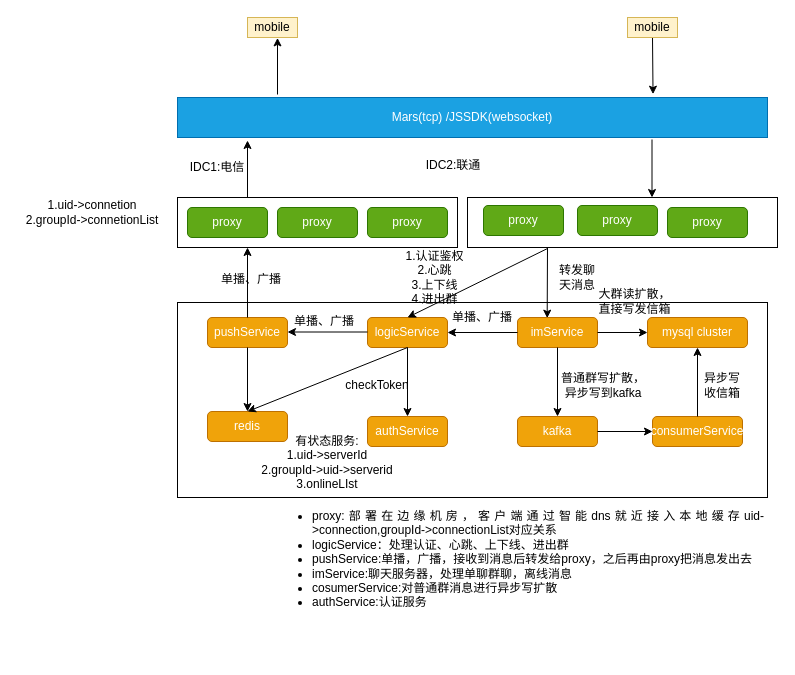
Before: arch/im/arch.drawio in zhangchuhu/drawio, a draw.io diagram. Source tidied: cells renumbered, new cells numbered last; positions are measured from the earlier drawing's top-left corner, leaving out a move shared by most shapes. Both pictures are drawn from the tidied source at 100%, with x=0, y=0 at pixel (17, 17).
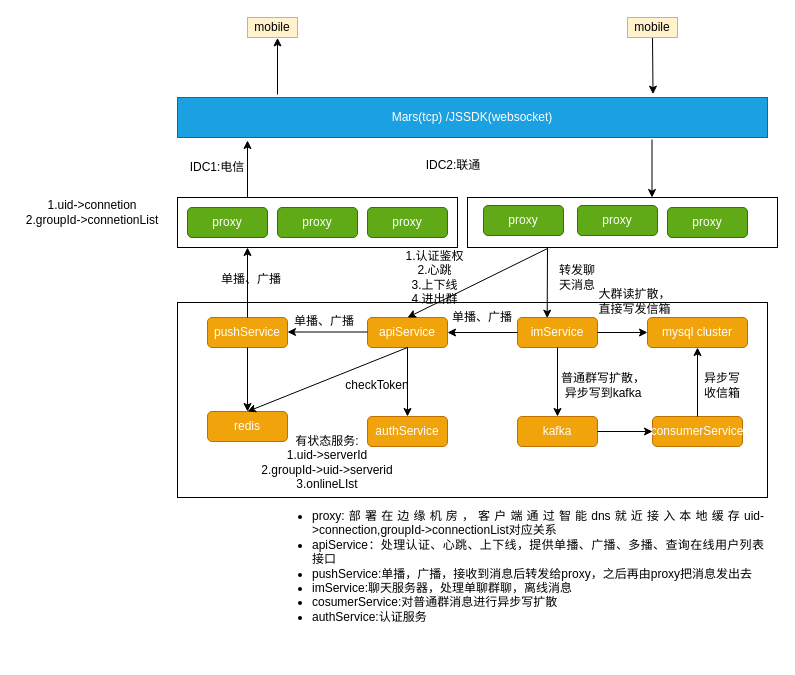
The same page after the edit.

What changed in the source:
```diff
@@
-    <mxCell id="12" value="logicService" style="rounded=1;whiteSpace=wrap;html=1;fillColor=#f0a30a;strokeColor=#BD7000;fontColor=#ffffff;" parent="1" vertex="1">
+    <mxCell id="12" value="apiService" style="rounded=1;whiteSpace=wrap;html=1;fillColor=#f0a30a;strokeColor=#BD7000;fontColor=#ffffff;" parent="1" vertex="1">
       <mxGeometry x="350" y="300" width="80" height="30" as="geometry" />
     </mxCell>
@@
-    <mxCell id="50" value="&lt;div style=&quot;text-align: justify&quot;&gt;&lt;ul&gt;&lt;li&gt;&lt;span style=&quot;font-weight: normal&quot;&gt;&lt;font style=&quot;font-size: 12px&quot;&gt;proxy:部署在边缘机房，客户端通过智能dns就近接入本地缓存uid-&amp;gt;connection,groupId-&amp;gt;connectionList对应关系&lt;/font&gt;&lt;/span&gt;&lt;/li&gt;&lt;li&gt;&lt;span&gt;logicService：处理认证、心跳、上下线、进出群&lt;/span&gt;&lt;/li&gt;&lt;li&gt;&lt;span&gt;pushService:单播，广播，接收到消息后转发给proxy，之后再由proxy把消息发出去&lt;/span&gt;&lt;/li&gt;&lt;li&gt;imService:聊天服务器，处理单聊群聊，离线消息&lt;/li&gt;&lt;li&gt;cosumerService:对普通群消息进行异步写扩散&lt;/li&gt;&lt;li&gt;&lt;span&gt;authService:认证服务&lt;/span&gt;&lt;/li&gt;&lt;/ul&gt;&lt;/div&gt;&lt;div style=&quot;text-align: justify&quot;&gt;&lt;span style=&quot;font-weight: normal&quot;&gt;&lt;font style=&quot;font-size: 12px&quot;&gt;&lt;br&gt;&lt;/font&gt;&lt;/span&gt;&lt;/div&gt;" style="text;html=1;strokeColor=none;fillColor=none;spacing=5;spacingTop=-20;whiteSpace=wrap;overflow=hidden;rounded=0;" parent="1" vertex="1">
+    <mxCell id="50" value="&lt;div style=&quot;text-align: justify&quot;&gt;&lt;ul&gt;&lt;li&gt;&lt;span style=&quot;font-weight: normal&quot;&gt;&lt;font style=&quot;font-size: 12px&quot;&gt;proxy:部署在边缘机房，客户端通过智能dns就近接入本地缓存uid-&amp;gt;connection,groupId-&amp;gt;connectionList对应关系&lt;/font&gt;&lt;/span&gt;&lt;/li&gt;&lt;li&gt;&lt;span&gt;apiService：处理认证、心跳、上下线，提供单播、广播、多播、查询在线用户列表接口&lt;/span&gt;&lt;/li&gt;&lt;li&gt;&lt;span&gt;pushService:单播，广播，接收到消息后转发给proxy，之后再由proxy把消息发出去&lt;/span&gt;&lt;/li&gt;&lt;li&gt;imService:聊天服务器，处理单聊群聊，离线消息&lt;/li&gt;&lt;li&gt;cosumerService:对普通群消息进行异步写扩散&lt;/li&gt;&lt;li&gt;&lt;span&gt;authService:认证服务&lt;/span&gt;&lt;/li&gt;&lt;/ul&gt;&lt;/div&gt;&lt;div style=&quot;text-align: justify&quot;&gt;&lt;span style=&quot;font-weight: normal&quot;&gt;&lt;font style=&quot;font-size: 12px&quot;&gt;&lt;br&gt;&lt;/font&gt;&lt;/span&gt;&lt;/div&gt;" style="text;html=1;strokeColor=none;fillColor=none;spacing=5;spacingTop=-20;whiteSpace=wrap;overflow=hidden;rounded=0;" parent="1" vertex="1">
       <mxGeometry x="250" y="490" width="500" height="150" as="geometry" />
     </mxCell>
```
